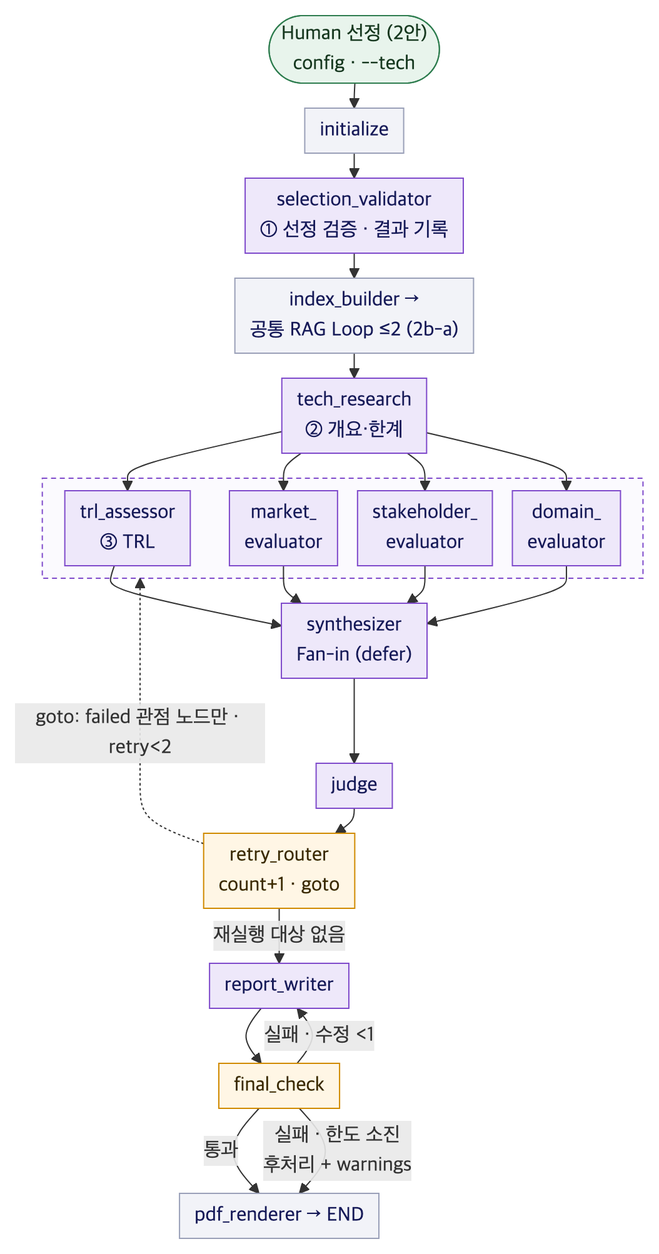
Before: docs/graph_overview.png, a diagram exported from Mermaid (jinsu1011/skala-project-0921). Its source is kept beside it as docs/graph_overview.mmd.
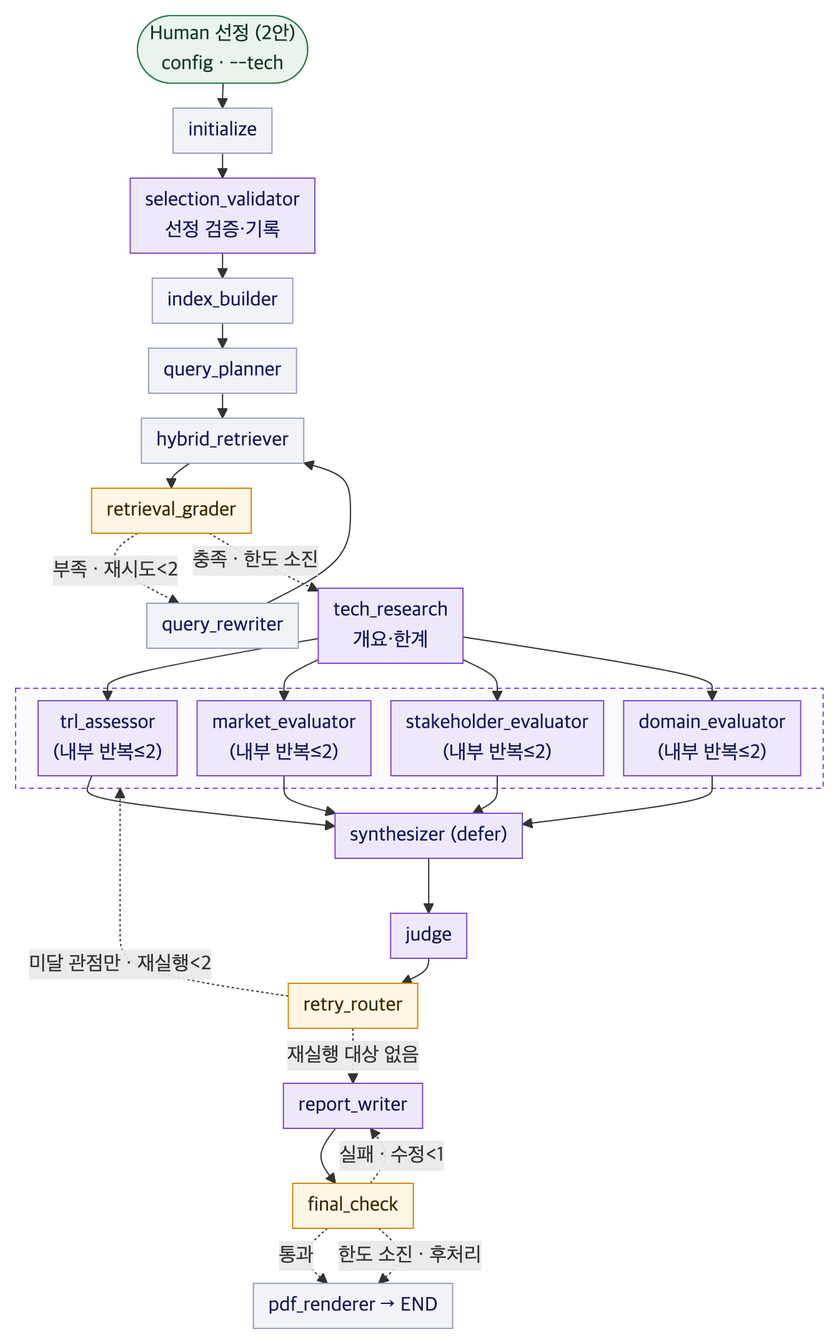
The same diagram one commit later.

Change to the diagram source:
```diff
@@ -1,31 +1,36 @@
 flowchart TD
     H0(["Human 선정 (2안)<br/>config · --tech"]) --> INIT["initialize"]
-    INIT --> VAL["selection_validator<br/>① 선정 검증 · 결과 기록"]
-    VAL --> CR["index_builder →<br/>공통 RAG Loop ≤2 (2b-a)"]
-    CR --> TR["tech_research<br/>② 개요·한계"]
+    INIT --> VAL["selection_validator<br/>선정 검증·기록"]
+    VAL --> IDX["index_builder"]
+    IDX --> QP["query_planner"]
+    QP --> RET["hybrid_retriever"]
+    RET --> GR["retrieval_grader"]
+    GR -.->|"부족 · 재시도<2"| QRW["query_rewriter"]
+    QRW --> RET
+    GR -.->|"충족 · 한도 소진"| TR["tech_research<br/>개요·한계"]
     subgraph FAN[" "]
         direction LR
-        TRL["trl_assessor<br/>③ TRL"]
-        MK["market_<br/>evaluator"]
-        SH["stakeholder_<br/>evaluator"]
-        DM["domain_<br/>evaluator"]
+        TRL["trl_assessor<br/>(내부 반복≤2)"]
+        MK["market_evaluator<br/>(내부 반복≤2)"]
+        SH["stakeholder_evaluator<br/>(내부 반복≤2)"]
+        DM["domain_evaluator<br/>(내부 반복≤2)"]
     end
     TR --> TRL & MK & SH & DM
-    TRL & MK & SH & DM --> SY["synthesizer<br/>Fan-in (defer)"]
+    TRL & MK & SH & DM --> SY["synthesizer (defer)"]
     SY --> JD["judge"]
-    JD --> RR["retry_router<br/>count+1 · goto"]
-    RR -.->|"goto: failed 관점 노드만 · retry<2"| FAN
-    RR -->|"재실행 대상 없음"| RWR["report_writer"]
+    JD --> RR["retry_router"]
+    RR -.->|"미달 관점만 · 재실행<2"| FAN
+    RR -.->|"재실행 대상 없음"| RWR["report_writer"]
     RWR --> FC["final_check"]
-    FC -->|"실패 · 수정 <1"| RWR
-    FC -->|"통과"| PDF["pdf_renderer → END"]
-    FC -->|"실패 · 한도 소진<br/>후처리 + warnings"| PDF
+    FC -.->|"실패 · 수정<1"| RWR
+    FC -.->|"통과"| PDF["pdf_renderer → END"]
+    FC -.->|"한도 소진 · 후처리"| PDF
     classDef agent fill:#EEE8FA,stroke:#7F4ACB,color:#161A58;
     classDef util fill:#F2F3F8,stroke:#9AA0B8,color:#161A58;
     classDef human fill:#E8F4EC,stroke:#2E7D4F,color:#16381F;
     classDef gate fill:#FFF6E5,stroke:#D08A00,color:#3A2A00;
     class VAL,TR,TRL,MK,SH,DM,SY,JD,RWR agent;
-    class INIT,CR,PDF util;
+    class INIT,IDX,QP,RET,QRW,PDF util;
     class H0 human;
-    class RR,FC gate;
+    class GR,RR,FC gate;
     style FAN fill:#FBFAFE,stroke:#7F4ACB,stroke-dasharray:4 3,color:#161A58
```
